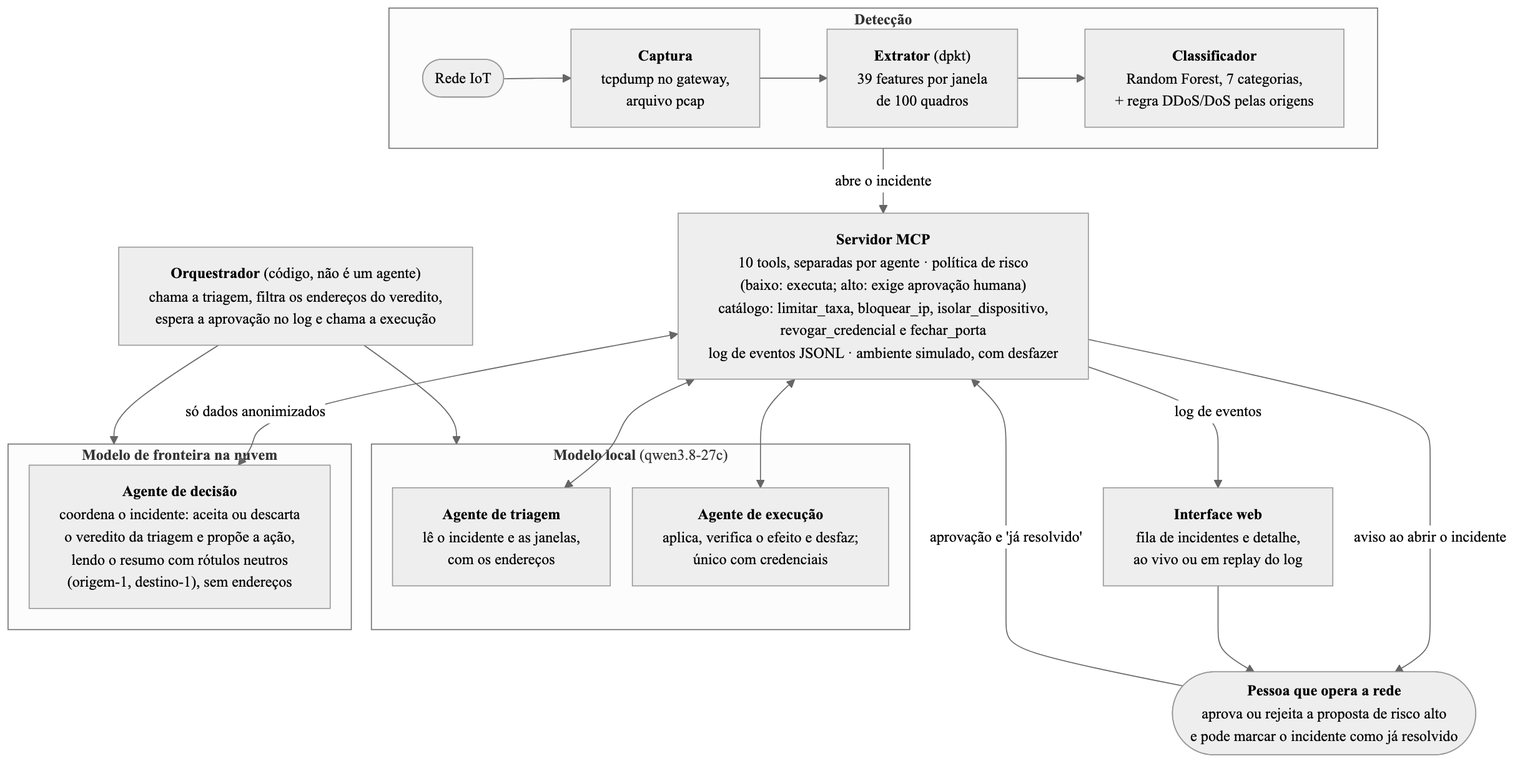
The Mermaid diagram artigo/figuras/arquitetura.png in stermiix/SentryIoT, before a commit. Its source is kept beside it as artigo/figuras/arquitetura.mmd.
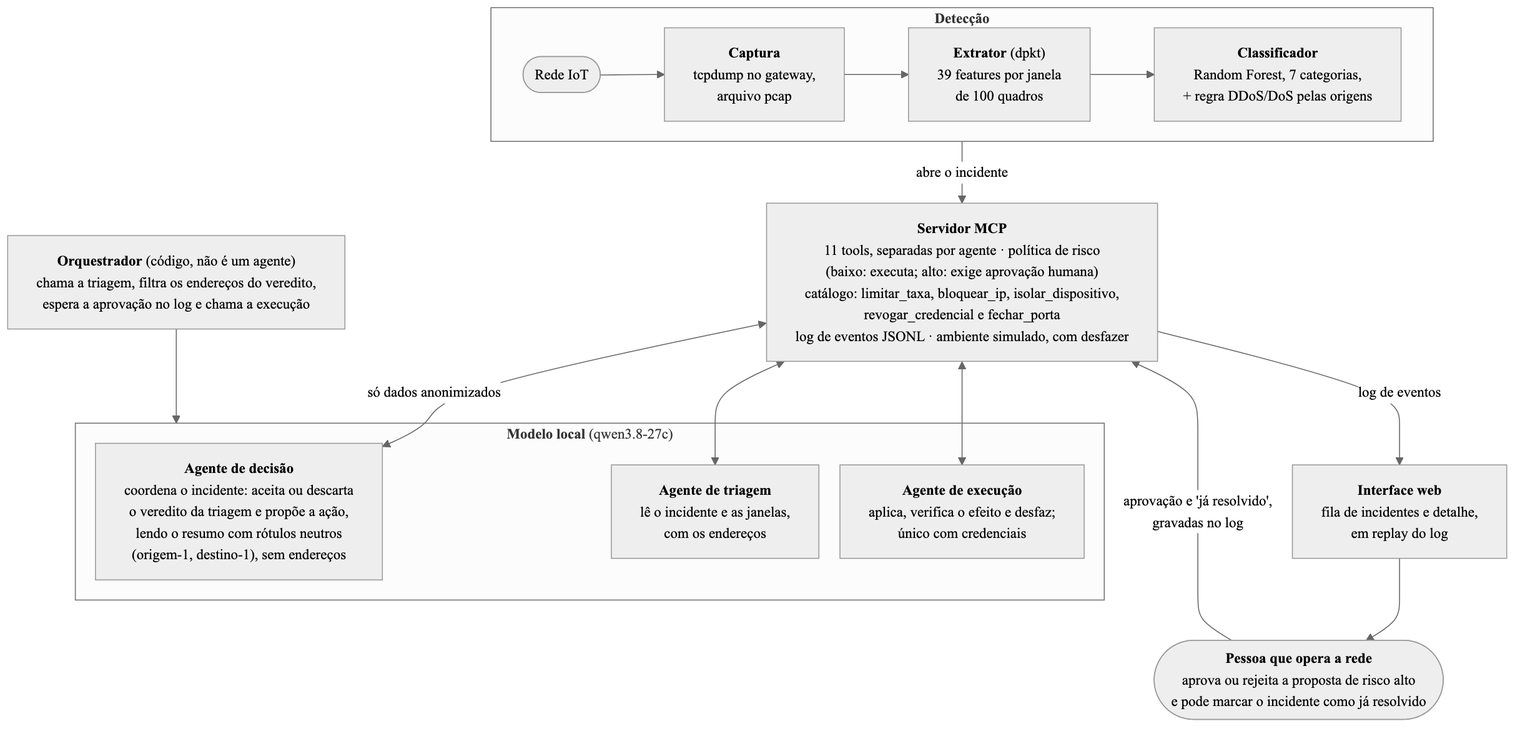
The same file after the commit.

Commit message:
Artigo: figuras sem nuvem, abertura da Metodologia como delimitações e Limitações em três parágrafos

Change to the diagram source:
```diff
@@ -11,26 +11,24 @@
 
     subgraph local["<b>Modelo local</b> (qwen3.8-27c)"]
         direction LR
+        decisao["<b>Agente de decisão</b><br/>coordena o incidente: aceita ou descarta<br/>o veredito da triagem e propõe a ação,<br/>lendo o resumo com rótulos neutros<br/>(origem-1, destino-1), sem endereços"]
+        espaco["&nbsp;&nbsp;&nbsp;&nbsp;&nbsp;&nbsp;&nbsp;&nbsp;&nbsp;&nbsp;&nbsp;&nbsp;&nbsp;&nbsp;&nbsp;&nbsp;&nbsp;&nbsp;&nbsp;&nbsp;&nbsp;&nbsp;&nbsp;&nbsp;&nbsp;&nbsp;&nbsp;&nbsp;&nbsp;&nbsp;&nbsp;&nbsp;&nbsp;&nbsp;&nbsp;&nbsp;"]
         triagem["<b>Agente de triagem</b><br/>lê o incidente e as janelas,<br/>com os endereços"]
         execucao["<b>Agente de execução</b><br/>aplica, verifica o efeito e desfaz;<br/>único com credenciais"]
-    end
-
-    subgraph nuvem["<b>Modelo de fronteira na nuvem</b> (desenho híbrido, não medido)"]
-        decisao["<b>Agente de decisão</b><br/>coordena o incidente: aceita ou descarta<br/>o veredito da triagem e propõe a ação,<br/>lendo o resumo com rótulos neutros<br/>(origem-1, destino-1), sem endereços"]
     end
 
     orquestrador["<b>Orquestrador</b> (código, não é um agente)<br/>chama a triagem, filtra os endereços do veredito,<br/>espera a aprovação no log e chama a execução"]
 
     pessoa(["<b>Pessoa que opera a rede</b><br/>aprova ou rejeita a proposta de risco alto<br/>e pode marcar o incidente como já resolvido"])
-    interface["<b>Interface web</b><br/>fila de incidentes e detalhe,<br/>ao vivo ou em replay do log"]
+    interface["<b>Interface web</b><br/>fila de incidentes e detalhe,<br/>em replay do log"]
 
     deteccao -- "abre o incidente" --> mcp
     mcp <--> triagem
     mcp <-- "só dados anonimizados" --> decisao
     mcp <--> execucao
     orquestrador --> local
-    orquestrador --> nuvem
-    mcp -- "aviso ao abrir o incidente" --> pessoa
     mcp -- "log de eventos" --> interface
     interface --> pessoa
-    pessoa -- "aprovação e 'já resolvido'" --> mcp
+    pessoa -- "aprovação e 'já resolvido',<br/>gravadas no log" --> mcp
+
+    style espaco fill:none,stroke:none
```
